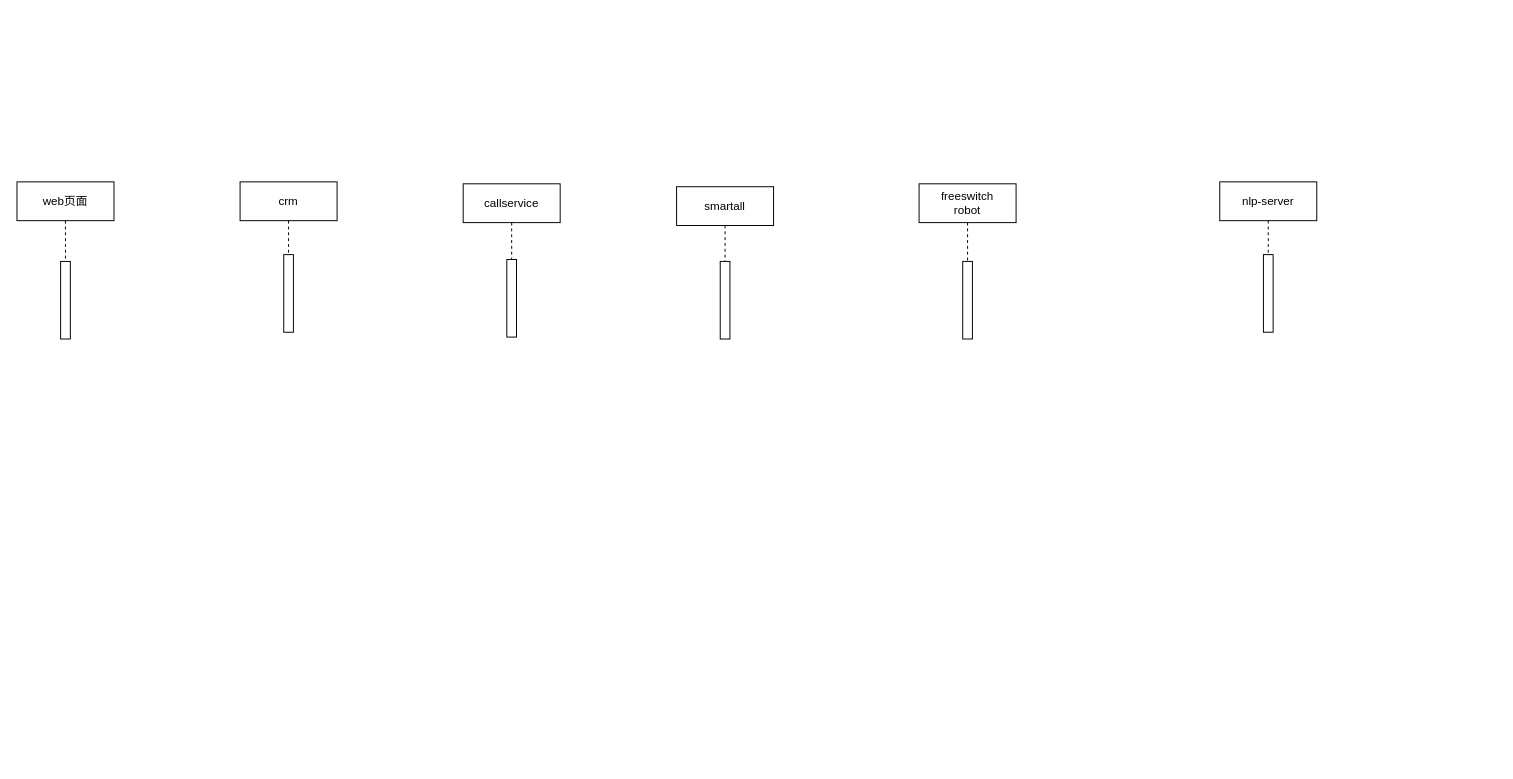
Earlier version of the draw.io diagram Untitled Diagram.drawio (shfguan/mygit). Source tidied: cells renumbered, new cells numbered last; positions are measured from the earlier drawing's top-left corner, leaving out a move shared by most shapes. Both pictures are drawn from the tidied source at 97%, with x=0, y=0 at pixel (16, 181).
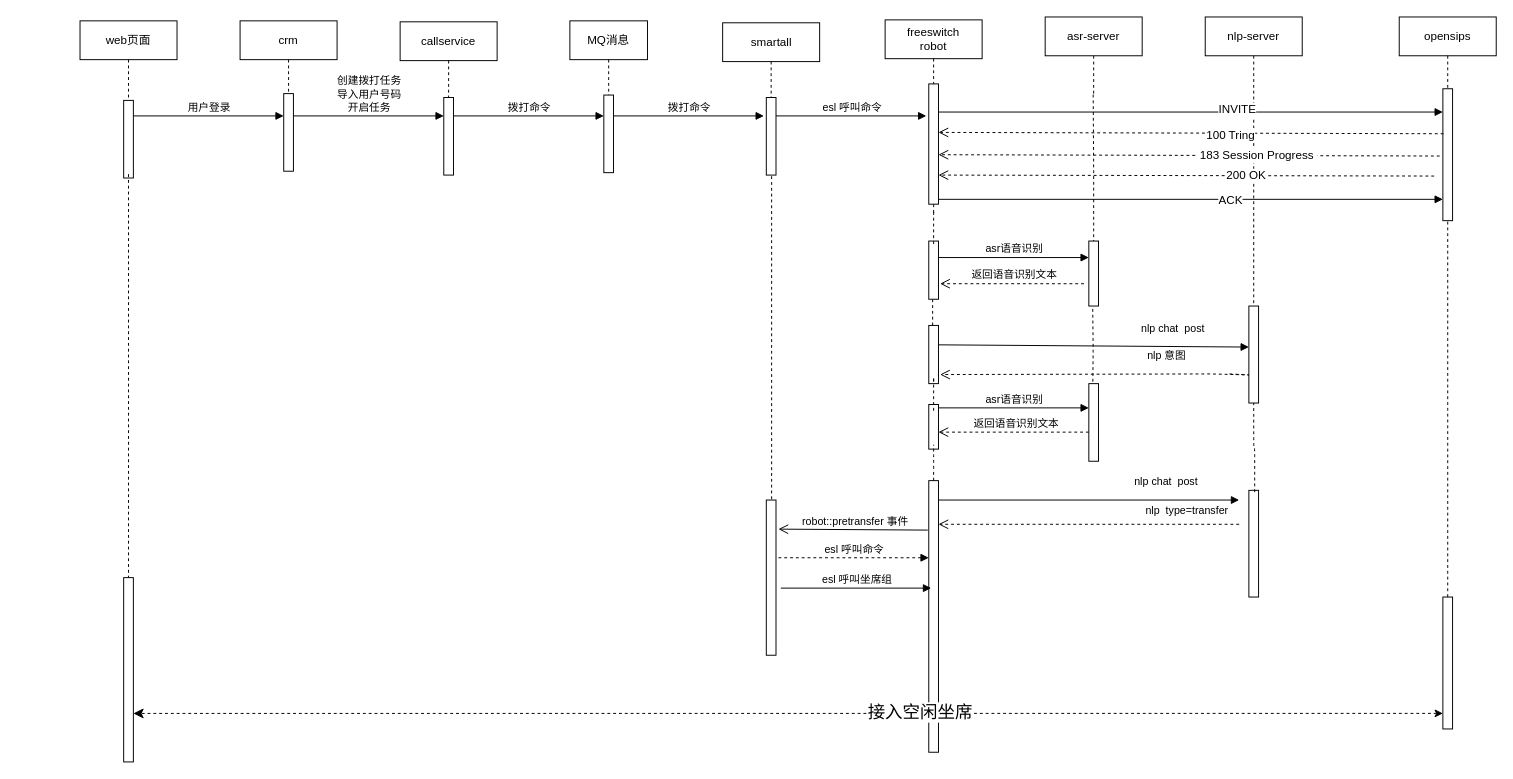
Above is the later version.

The edit, as a diff of the source:
```diff
@@
     <mxCell id="2" value="smartall" style="shape=umlLifeline;perimeter=lifelinePerimeter;whiteSpace=wrap;html=1;" parent="1" vertex="1">
-      <mxGeometry x="680" y="5" width="100" height="80" as="geometry" />
+      <mxGeometry x="727.5" y="-164" width="100" height="80" as="geometry" />
     </mxCell>
     <mxCell id="3" value="freeswitch&lt;br&gt;robot&lt;br&gt;" style="shape=umlLifeline;perimeter=lifelinePerimeter;whiteSpace=wrap;html=1;" parent="1" vertex="1">
-      <mxGeometry x="930" y="2" width="100" height="80" as="geometry" />
+      <mxGeometry x="895" y="-167" width="100" height="201" as="geometry" />
     </mxCell>
+    <mxCell id="8" style="html=1;perimeter=orthogonalPerimeter;" parent="3" vertex="1">
+      <mxGeometry x="45" y="66" width="10" height="124" as="geometry" />
+    </mxCell>
+    <mxCell id="14" style="edgeStyle=orthogonalEdgeStyle;rounded=0;jumpSize=6;jettySize=auto;html=1;shadow=0;dashed=1;startArrow=none;startFill=0;endArrow=none;endFill=0;strokeWidth=1;" parent="1" edge="1" source="4">
+      <mxGeometry relative="1" as="geometry">
+        <mxPoint x="1110" y="68" as="targetPoint" />
+      </mxGeometry>
+    </mxCell>
-    <mxCell id="4" value="nlp-server" style="shape=umlLifeline;perimeter=lifelinePerimeter;whiteSpace=wrap;html=1;outlineConnect=0;" parent="1" vertex="1">
-      <mxGeometry x="1240" width="100" height="80" as="geometry" />
+    <mxCell id="4" value="asr-server" style="shape=umlLifeline;perimeter=lifelinePerimeter;whiteSpace=wrap;html=1;outlineConnect=0;" parent="1" vertex="1">
+      <mxGeometry x="1060" y="-170" width="100" height="80" as="geometry" />
     </mxCell>
     <mxCell id="5" value="callservice" style="shape=umlLifeline;perimeter=lifelinePerimeter;whiteSpace=wrap;html=1;" parent="1" vertex="1">
-      <mxGeometry x="460" y="2" width="100" height="80" as="geometry" />
+      <mxGeometry x="395" y="-165" width="100" height="80" as="geometry" />
     </mxCell>
     <mxCell id="6" value="crm" style="shape=umlLifeline;perimeter=lifelinePerimeter;whiteSpace=wrap;html=1;" parent="1" vertex="1">
-      <mxGeometry x="230" width="100" height="80" as="geometry" />
+      <mxGeometry x="230" y="-166" width="100" height="80" as="geometry" />
     </mxCell>
     <mxCell id="7" value="web页面" style="shape=umlLifeline;perimeter=lifelinePerimeter;whiteSpace=wrap;html=1;" parent="1" vertex="1">
-      <mxGeometry width="100" height="80" as="geometry" />
+      <mxGeometry x="65" y="-166" width="100" height="80" as="geometry" />
     </mxCell>
-    <mxCell id="8" style="html=1;perimeter=orthogonalPerimeter;" parent="1" vertex="1">
-      <mxGeometry x="975" y="82" width="10" height="80" as="geometry" />
-    </mxCell>
     <mxCell id="9" style="html=1;points=[];perimeter=orthogonalPerimeter;" parent="1" vertex="1">
-      <mxGeometry x="1285" y="75" width="10" height="80" as="geometry" />
+      <mxGeometry x="1105" y="61" width="10" height="67" as="geometry" />
     </mxCell>
+    <mxCell id="15" style="edgeStyle=orthogonalEdgeStyle;rounded=0;jumpSize=6;jettySize=auto;html=1;shadow=0;startArrow=block;startFill=1;endArrow=none;endFill=0;strokeWidth=1;dashed=1;exitX=1.017;exitY=0.908;exitDx=0;exitDy=0;exitPerimeter=0;" parent="1" edge="1" source="10" target="34">
+      <mxGeometry relative="1" as="geometry">
+        <Array as="points">
+          <mxPoint x="778" y="-14" />
+        </Array>
+      </mxGeometry>
+    </mxCell>
     <mxCell id="10" style="html=1;points=[];perimeter=orthogonalPerimeter;" parent="1" vertex="1">
-      <mxGeometry x="725" y="82" width="10" height="80" as="geometry" />
+      <mxGeometry x="772.5" y="-87" width="10" height="80" as="geometry" />
     </mxCell>
     <mxCell id="11" style="html=1;perimeter=orthogonalPerimeter;" parent="1" vertex="1">
-      <mxGeometry x="505" y="80" width="10" height="80" as="geometry" />
+      <mxGeometry x="440" y="-87" width="10" height="80" as="geometry" />
     </mxCell>
     <mxCell id="12" style="html=1;perimeter=orthogonalPerimeter;" parent="1" vertex="1">
-      <mxGeometry x="275" y="75" width="10" height="80" as="geometry" />
+      <mxGeometry x="275" y="-91" width="10" height="80" as="geometry" />
     </mxCell>
     <mxCell id="13" style="html=1;points=[];perimeter=orthogonalPerimeter;" parent="1" vertex="1">
-      <mxGeometry x="45" y="82" width="10" height="80" as="geometry" />
+      <mxGeometry x="110" y="-84" width="10" height="80" as="geometry" />
     </mxCell>
+    <mxCell id="16" value="用户登录" style="html=1;verticalAlign=bottom;endArrow=block;" parent="1" edge="1">
+      <mxGeometry relative="1" as="geometry">
+        <mxPoint x="120" y="-68" as="sourcePoint" />
+        <mxPoint x="275" y="-68" as="targetPoint" />
+      </mxGeometry>
+    </mxCell>
+    <mxCell id="17" value="MQ消息" style="shape=umlLifeline;perimeter=lifelinePerimeter;whiteSpace=wrap;html=1;" parent="1" vertex="1">
+      <mxGeometry x="570" y="-166" width="80" height="80" as="geometry" />
+    </mxCell>
+    <mxCell id="18" style="html=1;perimeter=orthogonalPerimeter;" parent="1" vertex="1">
+      <mxGeometry x="605" y="-89.5" width="10" height="80" as="geometry" />
+    </mxCell>
+    <mxCell id="19" value="创建拨打任务&lt;br&gt;导入用户号码&lt;br&gt;开启任务&lt;br&gt;" style="html=1;verticalAlign=bottom;endArrow=block;" parent="1" edge="1">
+      <mxGeometry relative="1" as="geometry">
+        <mxPoint x="285" y="-68" as="sourcePoint" />
+        <mxPoint x="440" y="-68" as="targetPoint" />
+      </mxGeometry>
+    </mxCell>
+    <mxCell id="20" value="拨打命令" style="html=1;verticalAlign=bottom;endArrow=block;" parent="1" edge="1">
+      <mxGeometry relative="1" as="geometry">
+        <mxPoint x="450" y="-68" as="sourcePoint" />
+        <mxPoint x="605" y="-68" as="targetPoint" />
+      </mxGeometry>
+    </mxCell>
+    <mxCell id="21" value="esl 呼叫命令" style="html=1;verticalAlign=bottom;endArrow=block;" parent="1" edge="1">
+      <mxGeometry relative="1" as="geometry">
+        <mxPoint x="782.5" y="-68" as="sourcePoint" />
+        <mxPoint x="937.5" y="-68" as="targetPoint" />
+      </mxGeometry>
+    </mxCell>
+    <mxCell id="22" value="拨打命令" style="html=1;verticalAlign=bottom;endArrow=block;" parent="1" edge="1">
+      <mxGeometry relative="1" as="geometry">
+        <mxPoint x="615" y="-68" as="sourcePoint" />
+        <mxPoint x="770" y="-68" as="targetPoint" />
+      </mxGeometry>
+    </mxCell>
+    <mxCell id="23" value="nlp-server" style="shape=umlLifeline;perimeter=lifelinePerimeter;whiteSpace=wrap;html=1;" parent="1" vertex="1">
+      <mxGeometry x="1225" y="-170" width="100" height="298" as="geometry" />
+    </mxCell>
+    <mxCell id="24" style="html=1;points=[];perimeter=orthogonalPerimeter;" parent="1" vertex="1">
+      <mxGeometry x="1270" y="128" width="10" height="100" as="geometry" />
+    </mxCell>
+    <mxCell id="25" value="asr语音识别" style="html=1;verticalAlign=bottom;endArrow=block;" parent="1" edge="1">
+      <mxGeometry relative="1" as="geometry">
+        <mxPoint x="950" y="78" as="sourcePoint" />
+        <mxPoint x="1105" y="78" as="targetPoint" />
+      </mxGeometry>
+    </mxCell>
+    <mxCell id="26" value="返回语音识别文本" style="html=1;verticalAlign=bottom;endArrow=open;dashed=1;endSize=8;rounded=0;entryX=1.167;entryY=0.733;entryDx=0;entryDy=0;entryPerimeter=0;" parent="1" edge="1" target="49">
+      <mxGeometry x="-0.03" relative="1" as="geometry">
+        <mxPoint x="1100" y="105" as="sourcePoint" />
+      </mxGeometry>
+    </mxCell>
+    <mxCell id="27" value="asr语音识别" style="html=1;verticalAlign=bottom;endArrow=block;" parent="1" edge="1">
+      <mxGeometry relative="1" as="geometry">
+        <mxPoint x="950" y="233" as="sourcePoint" />
+        <mxPoint x="1105" y="233" as="targetPoint" />
+      </mxGeometry>
+    </mxCell>
+    <mxCell id="28" value="返回语音识别文本" style="html=1;verticalAlign=bottom;endArrow=open;dashed=1;endSize=8;rounded=0;" parent="1" edge="1">
+      <mxGeometry x="-0.03" relative="1" as="geometry">
+        <mxPoint x="1105" y="258" as="sourcePoint" />
+        <mxPoint x="950" y="258" as="targetPoint" />
+      </mxGeometry>
+    </mxCell>
+    <mxCell id="29" value="nlp chat &amp;nbsp;post&amp;nbsp;" style="html=1;verticalAlign=bottom;endArrow=block;entryX=0;entryY=0.423;entryDx=0;entryDy=0;entryPerimeter=0;" parent="1" edge="1" target="24">
+      <mxGeometry x="0.52" y="10" relative="1" as="geometry">
+        <mxPoint x="950" y="168" as="sourcePoint" />
+      </mxGeometry>
+    </mxCell>
+    <mxCell id="30" value="nlp 意图" style="html=1;verticalAlign=bottom;endArrow=open;endSize=8;rounded=0;dashed=1;entryX=1.167;entryY=0.844;entryDx=0;entryDy=0;entryPerimeter=0;" parent="1" edge="1" target="37">
+      <mxGeometry x="-0.38" y="-10" relative="1" as="geometry">
+        <mxPoint x="1250" y="198" as="sourcePoint" />
+        <Array as="points">
+          <mxPoint x="1270" y="199" />
+          <mxPoint x="1230" y="198" />
+        </Array>
+      </mxGeometry>
+    </mxCell>
+    <mxCell id="31" style="edgeStyle=orthogonalEdgeStyle;rounded=1;jumpSize=6;jettySize=auto;html=1;shadow=0;dashed=1;startArrow=none;startFill=0;endArrow=none;endFill=0;strokeWidth=1;entryX=0.4;entryY=1.013;entryDx=0;entryDy=0;entryPerimeter=0;" parent="1" edge="1" target="9">
+      <mxGeometry relative="1" as="geometry">
+        <mxPoint x="1109" y="218" as="sourcePoint" />
+      </mxGeometry>
+    </mxCell>
+    <mxCell id="32" style="html=1;perimeter=orthogonalPerimeter;" parent="1" vertex="1">
+      <mxGeometry x="1105" y="208" width="10" height="80" as="geometry" />
+    </mxCell>
+    <mxCell id="33" value="nlp chat &amp;nbsp;post&amp;nbsp;" style="html=1;verticalAlign=bottom;endArrow=block;" parent="1" edge="1">
+      <mxGeometry x="0.52" y="10" relative="1" as="geometry">
+        <mxPoint x="950" y="328" as="sourcePoint" />
+        <mxPoint x="1260" y="328" as="targetPoint" />
+      </mxGeometry>
+    </mxCell>
+    <mxCell id="34" style="html=1;points=[];perimeter=orthogonalPerimeter;" parent="1" vertex="1">
+      <mxGeometry x="772.5" y="328" width="10" height="160" as="geometry" />
+    </mxCell>
+    <mxCell id="35" value="robot::pretransfer 事件" style="html=1;verticalAlign=bottom;endArrow=open;endSize=8;rounded=0;entryX=1.3;entryY=0.69;entryDx=0;entryDy=0;entryPerimeter=0;" parent="1" edge="1">
+      <mxGeometry x="-0.03" relative="1" as="geometry">
+        <mxPoint x="939" y="359" as="sourcePoint" />
+        <mxPoint x="785" y="358" as="targetPoint" />
+      </mxGeometry>
+    </mxCell>
+    <mxCell id="36" value="esl 呼叫命令" style="html=1;verticalAlign=bottom;endArrow=block;dashed=1;" parent="1" edge="1">
+      <mxGeometry relative="1" as="geometry">
+        <mxPoint x="785" y="387.5" as="sourcePoint" />
+        <mxPoint x="940" y="387.5" as="targetPoint" />
+      </mxGeometry>
+    </mxCell>
+    <mxCell id="37" style="html=1;points=[];perimeter=orthogonalPerimeter;" parent="1" vertex="1">
+      <mxGeometry x="940" y="148" width="10" height="60" as="geometry" />
+    </mxCell>
+    <mxCell id="38" style="edgeStyle=orthogonalEdgeStyle;rounded=1;jumpSize=6;orthogonalLoop=1;jettySize=auto;html=1;shadow=0;dashed=1;startArrow=none;startFill=0;endArrow=none;endFill=0;strokeWidth=1;" parent="1" edge="1">
+      <mxGeometry relative="1" as="geometry">
+        <mxPoint x="944" y="148" as="sourcePoint" />
+        <mxPoint x="944" y="121" as="targetPoint" />
+      </mxGeometry>
+    </mxCell>
+    <mxCell id="39" style="html=1;perimeter=orthogonalPerimeter;" parent="1" vertex="1">
+      <mxGeometry x="940" y="229.5" width="10" height="46" as="geometry" />
+    </mxCell>
+    <mxCell id="40" style="edgeStyle=orthogonalEdgeStyle;rounded=1;jumpSize=6;orthogonalLoop=1;jettySize=auto;html=1;shadow=0;dashed=1;startArrow=none;startFill=0;endArrow=none;endFill=0;strokeWidth=1;" parent="1" edge="1">
+      <mxGeometry relative="1" as="geometry">
+        <mxPoint x="945" y="236" as="sourcePoint" />
+        <mxPoint x="945" y="208" as="targetPoint" />
+        <Array as="points">
+          <mxPoint x="945" y="198" />
+          <mxPoint x="945" y="198" />
+        </Array>
+      </mxGeometry>
+    </mxCell>
+    <mxCell id="41" style="html=1;points=[];perimeter=orthogonalPerimeter;" parent="1" vertex="1">
+      <mxGeometry x="940" y="308" width="10" height="280" as="geometry" />
+    </mxCell>
+    <mxCell id="42" style="edgeStyle=orthogonalEdgeStyle;rounded=1;jumpSize=6;jettySize=auto;html=1;shadow=0;dashed=1;startArrow=none;startFill=0;endArrow=none;endFill=0;strokeWidth=1;" parent="1" edge="1" source="41">
+      <mxGeometry relative="1" as="geometry">
+        <mxPoint x="945" y="271" as="targetPoint" />
+      </mxGeometry>
+    </mxCell>
+    <mxCell id="43" value="nlp &amp;nbsp;type=transfer" style="html=1;verticalAlign=bottom;endArrow=open;endSize=8;rounded=0;dashed=1;" parent="1" edge="1">
+      <mxGeometry x="-0.65" y="-5" relative="1" as="geometry">
+        <mxPoint x="1260" y="353" as="sourcePoint" />
+        <mxPoint x="950" y="353" as="targetPoint" />
+      </mxGeometry>
+    </mxCell>
+    <mxCell id="44" style="html=1;points=[];perimeter=orthogonalPerimeter;" parent="1" vertex="1">
+      <mxGeometry x="110" y="408" width="10" height="190" as="geometry" />
+    </mxCell>
+    <mxCell id="45" style="edgeStyle=orthogonalEdgeStyle;rounded=0;jumpSize=6;jettySize=auto;html=1;shadow=0;startArrow=none;startFill=0;endArrow=none;endFill=0;strokeWidth=1;dashed=1;exitX=0.5;exitY=0.95;exitDx=0;exitDy=0;exitPerimeter=0;" parent="1" edge="1" source="13" target="44">
+      <mxGeometry relative="1" as="geometry" />
+    </mxCell>
+    <mxCell id="46" value="esl 呼叫坐席组" style="html=1;verticalAlign=bottom;endArrow=block;" parent="1" edge="1">
+      <mxGeometry relative="1" as="geometry">
+        <mxPoint x="787.5" y="418.8" as="sourcePoint" />
+        <mxPoint x="942.5" y="418.8" as="targetPoint" />
+      </mxGeometry>
+    </mxCell>
+    <mxCell id="47" value="opensips" style="shape=umlLifeline;perimeter=lifelinePerimeter;whiteSpace=wrap;html=1;" parent="1" vertex="1">
+      <mxGeometry x="1425" y="-170" width="100" height="210" as="geometry" />
+    </mxCell>
+    <mxCell id="48" style="html=1;points=[];perimeter=orthogonalPerimeter;" parent="47" vertex="1">
+      <mxGeometry x="45" y="74" width="10" height="136" as="geometry" />
+    </mxCell>
+    <mxCell id="49" style="html=1;points=[];perimeter=orthogonalPerimeter;" parent="1" vertex="1">
+      <mxGeometry x="940" y="61" width="10" height="60" as="geometry" />
+    </mxCell>
+    <mxCell id="50" style="html=1;verticalAlign=bottom;endArrow=block;" parent="1" edge="1">
+      <mxGeometry x="0.04" y="10" relative="1" as="geometry">
+        <mxPoint x="950" y="-72" as="sourcePoint" />
+        <mxPoint x="1470" y="-72" as="targetPoint" />
+      </mxGeometry>
+    </mxCell>
+    <mxCell id="51" value="INVITE" style="text;html=1;align=center;verticalAlign=middle;labelBackgroundColor=#ffffff;" parent="50" vertex="1">
+      <mxGeometry x="0.18" y="3" relative="1" as="geometry" />
+    </mxCell>
+    <mxCell id="52" style="html=1;verticalAlign=bottom;endArrow=open;dashed=1;endSize=8;rounded=0;exitX=0.067;exitY=0.341;exitDx=0;exitDy=0;exitPerimeter=0;" parent="1" edge="1" source="48">
+      <mxGeometry x="-0.03" relative="1" as="geometry">
+        <mxPoint x="950" y="-51" as="targetPoint" />
+      </mxGeometry>
+    </mxCell>
+    <mxCell id="53" value="100 Tring" style="text;html=1;align=center;verticalAlign=middle;labelBackgroundColor=#ffffff;" parent="52" vertex="1">
+      <mxGeometry x="-0.66" y="1" relative="1" as="geometry">
+        <mxPoint x="-131" as="offset" />
+      </mxGeometry>
+    </mxCell>
+    <mxCell id="54" style="html=1;verticalAlign=bottom;endArrow=open;dashed=1;endSize=8;rounded=0;exitX=-0.333;exitY=0.51;exitDx=0;exitDy=0;exitPerimeter=0;" parent="1" edge="1" source="48">
+      <mxGeometry x="-0.03" relative="1" as="geometry">
+        <mxPoint x="950" y="-28" as="targetPoint" />
+      </mxGeometry>
+    </mxCell>
+    <mxCell id="55" value="&amp;nbsp;183 Session Progress&amp;nbsp;" style="text;html=1;align=center;verticalAlign=middle;labelBackgroundColor=#ffffff;" parent="54" vertex="1">
+      <mxGeometry x="-0.43" y="1" relative="1" as="geometry">
+        <mxPoint x="-42" y="-1" as="offset" />
+      </mxGeometry>
+    </mxCell>
+    <mxCell id="56" style="html=1;verticalAlign=bottom;endArrow=open;dashed=1;endSize=8;rounded=0;exitX=-0.367;exitY=0.503;exitDx=0;exitDy=0;exitPerimeter=0;" parent="1" edge="1">
+      <mxGeometry x="-0.03" relative="1" as="geometry">
+        <mxPoint x="1461" y="-6" as="sourcePoint" />
+        <mxPoint x="950" y="-7" as="targetPoint" />
+      </mxGeometry>
+    </mxCell>
+    <mxCell id="57" value="200 OK" style="text;html=1;align=center;verticalAlign=middle;labelBackgroundColor=#ffffff;" parent="56" vertex="1">
+      <mxGeometry x="-0.55" y="1" relative="1" as="geometry">
+        <mxPoint x="-79" y="-1.5" as="offset" />
+      </mxGeometry>
+    </mxCell>
+    <mxCell id="58" style="html=1;verticalAlign=bottom;endArrow=block;" parent="1" edge="1">
+      <mxGeometry x="0.12" y="10" relative="1" as="geometry">
+        <mxPoint x="950" y="18" as="sourcePoint" />
+        <mxPoint x="1470" y="18" as="targetPoint" />
+      </mxGeometry>
+    </mxCell>
+    <mxCell id="59" value="ACK" style="text;html=1;align=center;verticalAlign=middle;labelBackgroundColor=#ffffff;" parent="58" vertex="1">
+      <mxGeometry x="0.52" y="-1" relative="1" as="geometry">
+        <mxPoint x="-95" y="-1" as="offset" />
+      </mxGeometry>
+    </mxCell>
+    <mxCell id="60" style="edgeStyle=orthogonalEdgeStyle;rounded=1;jumpSize=6;orthogonalLoop=1;jettySize=auto;html=1;shadow=0;dashed=1;startArrow=none;startFill=0;endArrow=none;endFill=0;strokeWidth=1;" parent="1" edge="1">
+      <mxGeometry relative="1" as="geometry">
+        <mxPoint x="945" y="64" as="sourcePoint" />
+        <mxPoint x="945" y="30" as="targetPoint" />
+      </mxGeometry>
+    </mxCell>
+    <mxCell id="61" style="html=1;points=[];perimeter=orthogonalPerimeter;" parent="1" vertex="1">
+      <mxGeometry x="1270" y="318" width="10" height="110" as="geometry" />
+    </mxCell>
+    <mxCell id="62" style="edgeStyle=orthogonalEdgeStyle;rounded=1;jumpSize=6;jettySize=auto;html=1;shadow=0;dashed=1;startArrow=none;startFill=0;endArrow=none;endFill=0;strokeWidth=1;exitX=0.6;exitY=0.017;exitDx=0;exitDy=0;exitPerimeter=0;" parent="1" edge="1" source="61" target="24">
+      <mxGeometry relative="1" as="geometry" />
+    </mxCell>
+    <mxCell id="63" style="html=1;points=[];perimeter=orthogonalPerimeter;" parent="1" vertex="1">
+      <mxGeometry x="1470" y="428" width="10" height="136" as="geometry" />
+    </mxCell>
+    <mxCell id="64" style="edgeStyle=orthogonalEdgeStyle;rounded=0;jumpSize=6;jettySize=auto;html=1;shadow=0;dashed=1;startArrow=none;startFill=0;endArrow=none;endFill=0;strokeWidth=1;" parent="1" edge="1" source="63">
+      <mxGeometry relative="1" as="geometry">
+        <mxPoint x="1475" y="40" as="targetPoint" />
+      </mxGeometry>
+    </mxCell>
+    <mxCell id="65" style="html=1;verticalAlign=bottom;endArrow=classic;endSize=8;rounded=0;dashed=1;exitX=0;exitY=0.882;exitDx=0;exitDy=0;exitPerimeter=0;endFill=1;startArrow=classic;startFill=1;" parent="1" edge="1" source="63">
+      <mxGeometry x="-0.65" y="-5" relative="1" as="geometry">
+        <mxPoint x="120" y="548" as="targetPoint" />
+        <Array as="points">
+          <mxPoint x="120" y="548" />
+        </Array>
+      </mxGeometry>
+    </mxCell>
+    <mxCell id="66" value="&lt;font style=&quot;font-size: 18px&quot;&gt;接入空闲坐席&lt;/font&gt;" style="text;html=1;align=center;verticalAlign=middle;labelBackgroundColor=#ffffff;" parent="65" vertex="1">
+      <mxGeometry x="1" y="810" relative="1" as="geometry">
+        <mxPoint x="810" y="-2" as="offset" />
+      </mxGeometry>
+    </mxCell>
```
